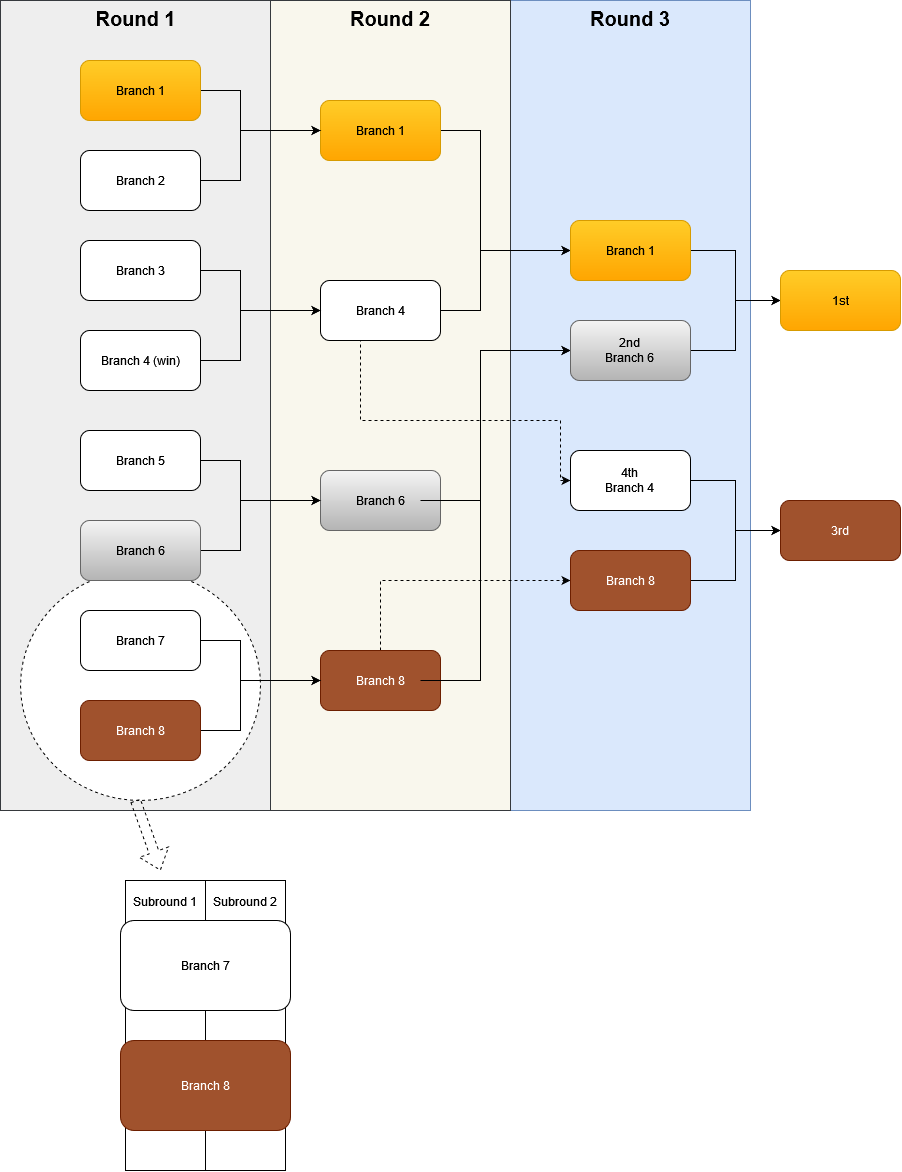
Above: Assets/WDSF API Breaking Score TopX.png in jaykay-design/WDSF-API (draw.io), before the change. Source tidied: cells renumbered, new cells last; positions are measured from the earlier drawing's top-left corner, leaving out a move shared by most shapes.
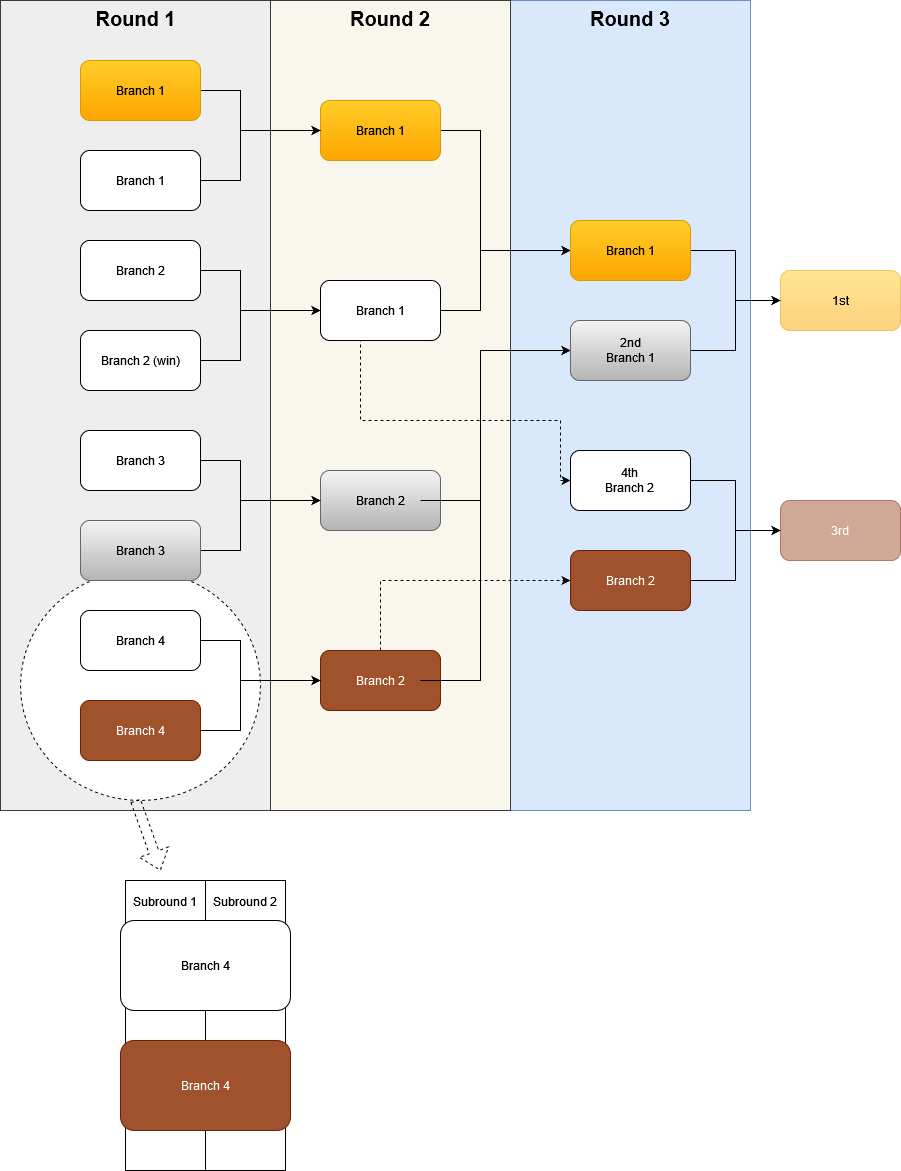
Later version of the same file.

Commit message:
fix branching illustration

Change to the diagram source:
```diff
@@ -50,7 +50,7 @@
         </Array>
       </mxGeometry>
     </mxCell>
-    <mxCell id="13" value="Branch 2" style="rounded=1;whiteSpace=wrap;html=1;" parent="1" vertex="1">
+    <mxCell id="13" value="Branch 1" style="rounded=1;whiteSpace=wrap;html=1;" parent="1" vertex="1">
       <mxGeometry x="80" y="150" width="120" height="60" as="geometry" />
     </mxCell>
     <mxCell id="14" style="edgeStyle=orthogonalEdgeStyle;rounded=0;jettySize=auto;html=1;" parent="1" edge="1" source="15" target="18">
@@ -61,7 +61,7 @@
         </Array>
       </mxGeometry>
     </mxCell>
-    <mxCell id="15" value="Branch 3" style="rounded=1;whiteSpace=wrap;html=1;" parent="1" vertex="1">
+    <mxCell id="15" value="Branch 2" style="rounded=1;whiteSpace=wrap;html=1;" parent="1" vertex="1">
       <mxGeometry x="80" y="240" width="120" height="60" as="geometry" />
     </mxCell>
     <mxCell id="16" style="edgeStyle=orthogonalEdgeStyle;rounded=0;jettySize=auto;html=1;exitX=1;exitY=0.5;exitDx=0;exitDy=0;entryX=0;entryY=0.5;entryDx=0;entryDy=0;" parent="1" edge="1" source="18" target="33">
@@ -81,7 +81,7 @@
         </Array>
       </mxGeometry>
     </mxCell>
-    <mxCell id="18" value="Branch 4" style="rounded=1;whiteSpace=wrap;html=1;" parent="1" vertex="1">
+    <mxCell id="18" value="Branch 1" style="rounded=1;whiteSpace=wrap;html=1;" parent="1" vertex="1">
       <mxGeometry x="320" y="280" width="120" height="60" as="geometry" />
     </mxCell>
     <mxCell id="19" style="edgeStyle=orthogonalEdgeStyle;rounded=0;jettySize=auto;html=1;exitX=1;exitY=0.5;exitDx=0;exitDy=0;entryX=0;entryY=0.5;entryDx=0;entryDy=0;" parent="1" edge="1" source="20" target="18">
@@ -92,7 +92,7 @@
         </Array>
       </mxGeometry>
     </mxCell>
-    <mxCell id="20" value="Branch 4 (win)" style="rounded=1;whiteSpace=wrap;html=1;" parent="1" vertex="1">
+    <mxCell id="20" value="Branch 2 (win)" style="rounded=1;whiteSpace=wrap;html=1;" parent="1" vertex="1">
       <mxGeometry x="80" y="330" width="120" height="60" as="geometry" />
     </mxCell>
     <mxCell id="21" style="edgeStyle=orthogonalEdgeStyle;rounded=0;jettySize=auto;html=1;" parent="1" edge="1" source="22" target="23">
@@ -103,10 +103,10 @@
         </Array>
       </mxGeometry>
     </mxCell>
-    <mxCell id="22" value="Branch 5" style="rounded=1;whiteSpace=wrap;html=1;" parent="1" vertex="1">
+    <mxCell id="22" value="Branch 3" style="rounded=1;whiteSpace=wrap;html=1;" parent="1" vertex="1">
       <mxGeometry x="80" y="430" width="120" height="60" as="geometry" />
     </mxCell>
-    <mxCell id="23" value="Branch 6" style="rounded=1;whiteSpace=wrap;html=1;fillColor=#f5f5f5;gradientColor=#b3b3b3;strokeColor=#666666;" parent="1" vertex="1">
+    <mxCell id="23" value="Branch 2" style="rounded=1;whiteSpace=wrap;html=1;fillColor=#f5f5f5;gradientColor=#b3b3b3;strokeColor=#666666;" parent="1" vertex="1">
       <mxGeometry x="320" y="470" width="120" height="60" as="geometry" />
     </mxCell>
     <mxCell id="24" style="edgeStyle=orthogonalEdgeStyle;rounded=0;jettySize=auto;html=1;exitX=1;exitY=0.5;exitDx=0;exitDy=0;entryX=0;entryY=0.5;entryDx=0;entryDy=0;" parent="1" edge="1" source="25" target="23">
@@ -117,7 +117,7 @@
         </Array>
       </mxGeometry>
     </mxCell>
-    <mxCell id="25" value="Branch 6" style="rounded=1;whiteSpace=wrap;html=1;fillColor=#f5f5f5;gradientColor=#b3b3b3;strokeColor=#666666;" parent="1" vertex="1">
+    <mxCell id="25" value="Branch 3" style="rounded=1;whiteSpace=wrap;html=1;fillColor=#f5f5f5;gradientColor=#b3b3b3;strokeColor=#666666;" parent="1" vertex="1">
       <mxGeometry x="80" y="520" width="120" height="60" as="geometry" />
     </mxCell>
     <mxCell id="26" style="edgeStyle=orthogonalEdgeStyle;rounded=0;jettySize=auto;html=1;" parent="1" edge="1" source="27" target="29">
@@ -128,13 +128,13 @@
         </Array>
       </mxGeometry>
     </mxCell>
-    <mxCell id="27" value="Branch 7" style="rounded=1;whiteSpace=wrap;html=1;" parent="1" vertex="1">
+    <mxCell id="27" value="Branch 4" style="rounded=1;whiteSpace=wrap;html=1;" parent="1" vertex="1">
       <mxGeometry x="80" y="610" width="120" height="60" as="geometry" />
     </mxCell>
     <mxCell id="28" style="edgeStyle=orthogonalEdgeStyle;rounded=0;jettySize=auto;html=1;exitX=0.5;exitY=0;exitDx=0;exitDy=0;entryX=0;entryY=0.5;entryDx=0;entryDy=0;dashed=1;" parent="1" edge="1" source="29" target="42">
       <mxGeometry relative="1" as="geometry" />
     </mxCell>
-    <mxCell id="29" value="Branch 8" style="rounded=1;whiteSpace=wrap;html=1;fillColor=#a0522d;fontColor=#ffffff;strokeColor=#6D1F00;" parent="1" vertex="1">
+    <mxCell id="29" value="Branch 2" style="rounded=1;whiteSpace=wrap;html=1;fillColor=#a0522d;fontColor=#ffffff;strokeColor=#6D1F00;" parent="1" vertex="1">
       <mxGeometry x="320" y="650" width="120" height="60" as="geometry" />
     </mxCell>
     <mxCell id="30" style="edgeStyle=orthogonalEdgeStyle;rounded=0;jettySize=auto;html=1;exitX=1;exitY=0.5;exitDx=0;exitDy=0;entryX=0;entryY=0.5;entryDx=0;entryDy=0;" parent="1" edge="1" source="31" target="29">
@@ -145,7 +145,7 @@
         </Array>
       </mxGeometry>
     </mxCell>
-    <mxCell id="31" value="Branch 8" style="rounded=1;whiteSpace=wrap;html=1;fillColor=#a0522d;strokeColor=#6D1F00;fontColor=#ffffff;" parent="1" vertex="1">
+    <mxCell id="31" value="Branch 4" style="rounded=1;whiteSpace=wrap;html=1;fillColor=#a0522d;strokeColor=#6D1F00;fontColor=#ffffff;" parent="1" vertex="1">
       <mxGeometry x="80" y="700" width="120" height="60" as="geometry" />
     </mxCell>
     <mxCell id="32" style="edgeStyle=orthogonalEdgeStyle;rounded=0;jettySize=auto;html=1;" parent="1" edge="1" source="33" target="38">
@@ -175,31 +175,31 @@
     <mxCell id="36" style="edgeStyle=orthogonalEdgeStyle;rounded=0;jettySize=auto;html=1;exitX=1;exitY=0.5;exitDx=0;exitDy=0;entryX=0;entryY=0.5;entryDx=0;entryDy=0;" parent="1" edge="1" source="37" target="38">
       <mxGeometry relative="1" as="geometry" />
     </mxCell>
-    <mxCell id="37" value="&lt;div&gt;2nd&lt;/div&gt;&lt;div&gt;Branch 6&lt;br&gt;&lt;/div&gt;" style="rounded=1;whiteSpace=wrap;html=1;fillColor=#f5f5f5;gradientColor=#b3b3b3;strokeColor=#666666;" parent="1" vertex="1">
+    <mxCell id="37" value="&lt;div&gt;2nd&lt;/div&gt;&lt;div&gt;Branch 1&lt;/div&gt;" style="rounded=1;whiteSpace=wrap;html=1;fillColor=#f5f5f5;gradientColor=#b3b3b3;strokeColor=#666666;" parent="1" vertex="1">
       <mxGeometry x="570" y="320" width="120" height="60" as="geometry" />
     </mxCell>
-    <mxCell id="38" value="1st" style="rounded=1;whiteSpace=wrap;html=1;fillColor=#ffcd28;strokeColor=#d79b00;gradientColor=#ffa500;" parent="1" vertex="1">
+    <mxCell id="38" value="1st" style="rounded=1;whiteSpace=wrap;html=1;fillColor=#ffcd28;strokeColor=#d79b00;gradientColor=#ffa500;opacity=50;" parent="1" vertex="1">
       <mxGeometry x="780" y="270" width="120" height="60" as="geometry" />
     </mxCell>
     <mxCell id="39" style="edgeStyle=orthogonalEdgeStyle;rounded=0;jettySize=auto;html=1;" parent="1" edge="1" source="40" target="43">
       <mxGeometry relative="1" as="geometry" />
     </mxCell>
-    <mxCell id="40" value="&lt;div&gt;4th&lt;/div&gt;&lt;div&gt;Branch 4&lt;br&gt;&lt;/div&gt;" style="rounded=1;whiteSpace=wrap;html=1;" parent="1" vertex="1">
+    <mxCell id="40" value="&lt;div&gt;4th&lt;/div&gt;&lt;div&gt;Branch 2&lt;br&gt;&lt;/div&gt;" style="rounded=1;whiteSpace=wrap;html=1;" parent="1" vertex="1">
       <mxGeometry x="570" y="450" width="120" height="60" as="geometry" />
     </mxCell>
     <mxCell id="41" style="edgeStyle=orthogonalEdgeStyle;rounded=0;jettySize=auto;html=1;exitX=1;exitY=0.5;exitDx=0;exitDy=0;entryX=0;entryY=0.5;entryDx=0;entryDy=0;" parent="1" edge="1" source="42" target="43">
       <mxGeometry relative="1" as="geometry" />
     </mxCell>
-    <mxCell id="42" value="Branch 8" style="rounded=1;whiteSpace=wrap;html=1;fillColor=#a0522d;fontColor=#ffffff;strokeColor=#6D1F00;" parent="1" vertex="1">
+    <mxCell id="42" value="Branch 2" style="rounded=1;whiteSpace=wrap;html=1;fillColor=#a0522d;fontColor=#ffffff;strokeColor=#6D1F00;" parent="1" vertex="1">
       <mxGeometry x="570" y="550" width="120" height="60" as="geometry" />
     </mxCell>
-    <mxCell id="43" value="3rd" style="rounded=1;whiteSpace=wrap;html=1;fillColor=#a0522d;fontColor=#ffffff;strokeColor=#6D1F00;" parent="1" vertex="1">
+    <mxCell id="43" value="3rd" style="rounded=1;whiteSpace=wrap;html=1;fillColor=#a0522d;fontColor=#ffffff;strokeColor=#6D1F00;opacity=50;" parent="1" vertex="1">
       <mxGeometry x="780" y="500" width="120" height="60" as="geometry" />
     </mxCell>
-    <mxCell id="44" value="Branch 7" style="rounded=1;whiteSpace=wrap;html=1;" parent="1" vertex="1">
+    <mxCell id="44" value="Branch 4" style="rounded=1;whiteSpace=wrap;html=1;" parent="1" vertex="1">
       <mxGeometry x="120" y="920" width="170" height="90" as="geometry" />
     </mxCell>
-    <mxCell id="45" value="Branch 8" style="rounded=1;whiteSpace=wrap;html=1;fillColor=#a0522d;strokeColor=#6D1F00;fontColor=#ffffff;" parent="1" vertex="1">
+    <mxCell id="45" value="Branch 4" style="rounded=1;whiteSpace=wrap;html=1;fillColor=#a0522d;strokeColor=#6D1F00;fontColor=#ffffff;" parent="1" vertex="1">
       <mxGeometry x="120" y="1040" width="170" height="90" as="geometry" />
     </mxCell>
     <mxCell id="46" style="shape=flexArrow;endArrow=classic;html=1;rounded=0;dashed=1;fontSize=12;" parent="1" edge="1">
```
